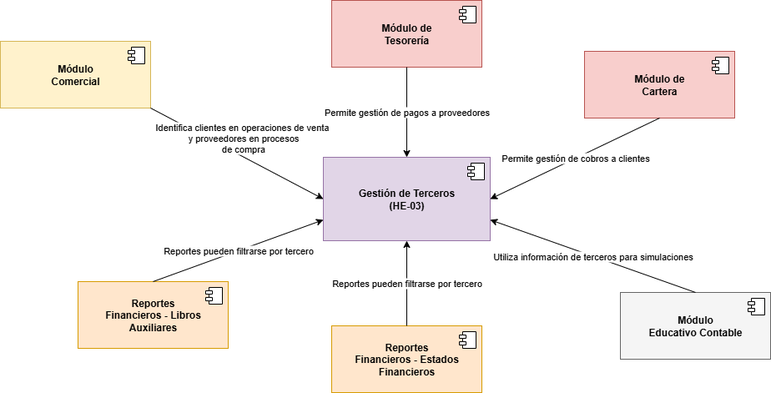
Earlier version of the draw.io export Cap3/Figuras/Diagrama General-Terceros.drawio.png (santiagonieto09/Monografia-Modulo-Configuracion). Source tidied: cells renumbered, new cells last; positions are measured from the earlier drawing's top-left corner, leaving out a move shared by most shapes. The source it was exported from:
```xml
<mxGraphModel>
  <root>
    <mxCell id="0" />
    <mxCell id="1" parent="0" />
    <mxCell id="2" value="&lt;div&gt;&lt;b&gt;Gestión de Terceros&lt;/b&gt;&lt;/div&gt;&lt;div&gt;&lt;b&gt;(HE-03)&lt;/b&gt;&lt;/div&gt;" style="html=1;whiteSpace=wrap;fillColor=#e1d5e7;strokeColor=#9673a6;" parent="1" vertex="1">
      <mxGeometry x="387" y="188" width="200" height="100" as="geometry" />
    </mxCell>
    <mxCell id="3" style="shape=module;jettyWidth=8;jettyHeight=4;" parent="2" vertex="1">
      <mxGeometry x="1" width="20" height="20" relative="1" as="geometry">
        <mxPoint x="-27" y="7" as="offset" />
      </mxGeometry>
    </mxCell>
    <mxCell id="4" value="&lt;div&gt;&lt;b&gt;Módulo&lt;/b&gt;&lt;/div&gt;&lt;div&gt;&lt;b&gt;Comercial&lt;/b&gt;&lt;/div&gt;" style="html=1;whiteSpace=wrap;fillColor=#fff2cc;strokeColor=#d6b656;" parent="1" vertex="1">
      <mxGeometry y="49" width="180" height="80" as="geometry" />
    </mxCell>
    <mxCell id="5" style="shape=module;jettyWidth=8;jettyHeight=4;" parent="4" vertex="1">
      <mxGeometry x="1" width="20" height="20" relative="1" as="geometry">
        <mxPoint x="-27" y="7" as="offset" />
      </mxGeometry>
    </mxCell>
    <mxCell id="6" value="&lt;div&gt;&lt;b&gt;Módulo de&lt;/b&gt;&lt;/div&gt;&lt;div&gt;&lt;b&gt;Tesorería&lt;/b&gt;&lt;/div&gt;" style="html=1;whiteSpace=wrap;fillColor=#f8cecc;strokeColor=#b85450;" parent="1" vertex="1">
      <mxGeometry x="397" width="180" height="80" as="geometry" />
    </mxCell>
    <mxCell id="7" style="shape=module;jettyWidth=8;jettyHeight=4;" parent="6" vertex="1">
      <mxGeometry x="1" width="20" height="20" relative="1" as="geometry">
        <mxPoint x="-27" y="7" as="offset" />
      </mxGeometry>
    </mxCell>
    <mxCell id="8" value="&lt;div&gt;&lt;b&gt;Módulo de&lt;/b&gt;&lt;/div&gt;&lt;div&gt;&lt;b&gt;Cartera&lt;/b&gt;&lt;/div&gt;" style="html=1;whiteSpace=wrap;fillColor=#f8cecc;strokeColor=#b85450;" parent="1" vertex="1">
      <mxGeometry x="700" y="61" width="180" height="80" as="geometry" />
    </mxCell>
    <mxCell id="9" style="shape=module;jettyWidth=8;jettyHeight=4;" parent="8" vertex="1">
      <mxGeometry x="1" width="20" height="20" relative="1" as="geometry">
        <mxPoint x="-27" y="7" as="offset" />
      </mxGeometry>
    </mxCell>
    <mxCell id="10" value="&lt;div&gt;&lt;b&gt;Reportes&lt;/b&gt;&lt;/div&gt;&lt;div&gt;&lt;b&gt;Financieros - Libros&lt;/b&gt;&lt;/div&gt;&lt;div&gt;&lt;b&gt;Auxiliares&lt;/b&gt;&lt;/div&gt;" style="html=1;whiteSpace=wrap;fillColor=#ffe6cc;strokeColor=#d79b00;" parent="1" vertex="1">
      <mxGeometry x="93" y="337" width="180" height="80" as="geometry" />
    </mxCell>
    <mxCell id="11" style="shape=module;jettyWidth=8;jettyHeight=4;" parent="10" vertex="1">
      <mxGeometry x="1" width="20" height="20" relative="1" as="geometry">
        <mxPoint x="-27" y="7" as="offset" />
      </mxGeometry>
    </mxCell>
    <mxCell id="12" value="&lt;div&gt;&lt;b&gt;Reportes&lt;/b&gt;&lt;/div&gt;&lt;div&gt;&lt;b&gt;Financieros - Estados&lt;/b&gt;&lt;/div&gt;&lt;div&gt;&lt;b&gt;Financieros&lt;/b&gt;&lt;/div&gt;" style="html=1;whiteSpace=wrap;fillColor=#ffe6cc;strokeColor=#d79b00;" parent="1" vertex="1">
      <mxGeometry x="397" y="390" width="180" height="80" as="geometry" />
    </mxCell>
    <mxCell id="13" style="shape=module;jettyWidth=8;jettyHeight=4;" parent="12" vertex="1">
      <mxGeometry x="1" width="20" height="20" relative="1" as="geometry">
        <mxPoint x="-27" y="7" as="offset" />
      </mxGeometry>
    </mxCell>
    <mxCell id="14" value="&lt;div&gt;&lt;b&gt;Módulo&lt;/b&gt;&lt;/div&gt;&lt;div&gt;&lt;b&gt;Educativo Contable&lt;/b&gt;&lt;/div&gt;" style="html=1;whiteSpace=wrap;fillColor=#f5f5f5;strokeColor=#666666;" parent="1" vertex="1">
      <mxGeometry x="743" y="350" width="180" height="80" as="geometry" />
    </mxCell>
    <mxCell id="15" style="shape=module;jettyWidth=8;jettyHeight=4;" parent="14" vertex="1">
      <mxGeometry x="1" width="20" height="20" relative="1" as="geometry">
        <mxPoint x="-27" y="7" as="offset" />
      </mxGeometry>
    </mxCell>
    <mxCell id="16" value="&lt;div&gt;&lt;span&gt;Identifica clientes en operaciones de venta&amp;nbsp;&lt;/span&gt;&lt;/div&gt;&lt;div&gt;&lt;span&gt;y proveedores en procesos&lt;/span&gt;&lt;/div&gt;&lt;div&gt;&lt;span&gt;de compra&lt;/span&gt;&lt;/div&gt;" style="endArrow=classic;html=1;rounded=0;exitX=1;exitY=1;exitDx=0;exitDy=0;entryX=0;entryY=0.5;entryDx=0;entryDy=0;" parent="1" edge="1" source="4" target="2">
      <mxGeometry x="-0.01" y="20" relative="1" as="geometry" />
    </mxCell>
    <mxCell id="17" value="Permite gestión de pagos a proveedores" style="endArrow=classic;html=1;rounded=0;exitX=0.5;exitY=1;exitDx=0;exitDy=0;entryX=0.5;entryY=0;entryDx=0;entryDy=0;" parent="1" edge="1" source="6" target="2">
      <mxGeometry relative="1" as="geometry" />
    </mxCell>
    <mxCell id="18" value="Permite gestión de cobros a clientes" style="endArrow=classic;html=1;rounded=0;exitX=0.5;exitY=1;exitDx=0;exitDy=0;entryX=1;entryY=0.5;entryDx=0;entryDy=0;" parent="1" edge="1" source="8" target="2">
      <mxGeometry relative="1" as="geometry" />
    </mxCell>
    <mxCell id="19" value="Reportes pueden filtrarse por tercero" style="endArrow=classic;html=1;rounded=0;exitX=0.5;exitY=0;exitDx=0;exitDy=0;entryX=0;entryY=0.75;entryDx=0;entryDy=0;" parent="1" edge="1" source="10" target="2">
      <mxGeometry relative="1" as="geometry" />
    </mxCell>
    <mxCell id="20" value="Reportes pueden filtrarse por tercero" style="endArrow=classic;html=1;rounded=0;exitX=0.5;exitY=0;exitDx=0;exitDy=0;entryX=0.5;entryY=1;entryDx=0;entryDy=0;" parent="1" edge="1" source="12" target="2">
      <mxGeometry relative="1" as="geometry" />
    </mxCell>
    <mxCell id="21" value="Utiliza información de terceros para simulaciones" style="endArrow=classic;html=1;rounded=0;exitX=0.5;exitY=0;exitDx=0;exitDy=0;entryX=1;entryY=0.75;entryDx=0;entryDy=0;" parent="1" edge="1" source="14" target="2">
      <mxGeometry relative="1" as="geometry" />
    </mxCell>
  </root>
</mxGraphModel>
```
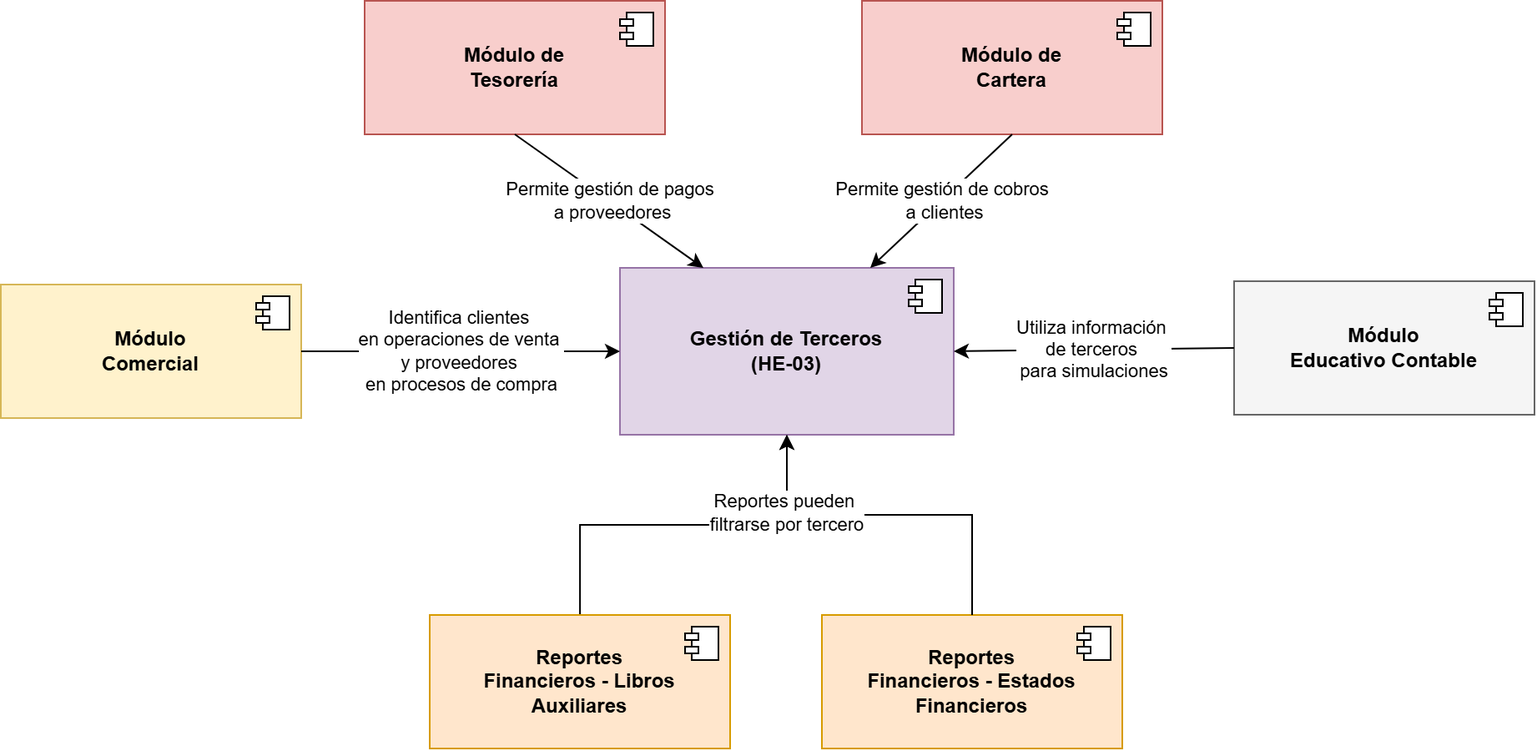
The same file after the commit.

Commit message:
refactor: Capitulo 3 - Terceros

Change to the diagram source:
```diff
@@ -11,7 +11,7 @@
       </mxGeometry>
     </mxCell>
     <mxCell id="4" value="&lt;div&gt;&lt;b&gt;Módulo&lt;/b&gt;&lt;/div&gt;&lt;div&gt;&lt;b&gt;Comercial&lt;/b&gt;&lt;/div&gt;" style="html=1;whiteSpace=wrap;fillColor=#fff2cc;strokeColor=#d6b656;" parent="1" vertex="1">
-      <mxGeometry y="49" width="180" height="80" as="geometry" />
+      <mxGeometry x="16" y="198" width="180" height="80" as="geometry" />
     </mxCell>
     <mxCell id="5" style="shape=module;jettyWidth=8;jettyHeight=4;" parent="4" vertex="1">
       <mxGeometry x="1" width="20" height="20" relative="1" as="geometry">
@@ -19,7 +19,7 @@
       </mxGeometry>
     </mxCell>
     <mxCell id="6" value="&lt;div&gt;&lt;b&gt;Módulo de&lt;/b&gt;&lt;/div&gt;&lt;div&gt;&lt;b&gt;Tesorería&lt;/b&gt;&lt;/div&gt;" style="html=1;whiteSpace=wrap;fillColor=#f8cecc;strokeColor=#b85450;" parent="1" vertex="1">
-      <mxGeometry x="397" width="180" height="80" as="geometry" />
+      <mxGeometry x="234" y="28" width="180" height="80" as="geometry" />
     </mxCell>
     <mxCell id="7" style="shape=module;jettyWidth=8;jettyHeight=4;" parent="6" vertex="1">
       <mxGeometry x="1" width="20" height="20" relative="1" as="geometry">
@@ -27,15 +27,18 @@
       </mxGeometry>
     </mxCell>
     <mxCell id="8" value="&lt;div&gt;&lt;b&gt;Módulo de&lt;/b&gt;&lt;/div&gt;&lt;div&gt;&lt;b&gt;Cartera&lt;/b&gt;&lt;/div&gt;" style="html=1;whiteSpace=wrap;fillColor=#f8cecc;strokeColor=#b85450;" parent="1" vertex="1">
-      <mxGeometry x="700" y="61" width="180" height="80" as="geometry" />
+      <mxGeometry x="532" y="28" width="180" height="80" as="geometry" />
     </mxCell>
     <mxCell id="9" style="shape=module;jettyWidth=8;jettyHeight=4;" parent="8" vertex="1">
       <mxGeometry x="1" width="20" height="20" relative="1" as="geometry">
         <mxPoint x="-27" y="7" as="offset" />
       </mxGeometry>
     </mxCell>
+    <mxCell id="19" style="edgeStyle=orthogonalEdgeStyle;rounded=0;jettySize=auto;html=1;entryX=0.5;entryY=1;entryDx=0;entryDy=0;" parent="1" edge="1" source="10" target="2">
+      <mxGeometry relative="1" as="geometry" />
+    </mxCell>
     <mxCell id="10" value="&lt;div&gt;&lt;b&gt;Reportes&lt;/b&gt;&lt;/div&gt;&lt;div&gt;&lt;b&gt;Financieros - Libros&lt;/b&gt;&lt;/div&gt;&lt;div&gt;&lt;b&gt;Auxiliares&lt;/b&gt;&lt;/div&gt;" style="html=1;whiteSpace=wrap;fillColor=#ffe6cc;strokeColor=#d79b00;" parent="1" vertex="1">
-      <mxGeometry x="93" y="337" width="180" height="80" as="geometry" />
+      <mxGeometry x="273" y="396" width="180" height="80" as="geometry" />
     </mxCell>
     <mxCell id="11" style="shape=module;jettyWidth=8;jettyHeight=4;" parent="10" vertex="1">
       <mxGeometry x="1" width="20" height="20" relative="1" as="geometry">
@@ -43,7 +46,7 @@
       </mxGeometry>
     </mxCell>
     <mxCell id="12" value="&lt;div&gt;&lt;b&gt;Reportes&lt;/b&gt;&lt;/div&gt;&lt;div&gt;&lt;b&gt;Financieros - Estados&lt;/b&gt;&lt;/div&gt;&lt;div&gt;&lt;b&gt;Financieros&lt;/b&gt;&lt;/div&gt;" style="html=1;whiteSpace=wrap;fillColor=#ffe6cc;strokeColor=#d79b00;" parent="1" vertex="1">
-      <mxGeometry x="397" y="390" width="180" height="80" as="geometry" />
+      <mxGeometry x="508" y="396" width="180" height="80" as="geometry" />
     </mxCell>
     <mxCell id="13" style="shape=module;jettyWidth=8;jettyHeight=4;" parent="12" vertex="1">
       <mxGeometry x="1" width="20" height="20" relative="1" as="geometry">
@@ -51,29 +54,30 @@
       </mxGeometry>
     </mxCell>
     <mxCell id="14" value="&lt;div&gt;&lt;b&gt;Módulo&lt;/b&gt;&lt;/div&gt;&lt;div&gt;&lt;b&gt;Educativo Contable&lt;/b&gt;&lt;/div&gt;" style="html=1;whiteSpace=wrap;fillColor=#f5f5f5;strokeColor=#666666;" parent="1" vertex="1">
-      <mxGeometry x="743" y="350" width="180" height="80" as="geometry" />
+      <mxGeometry x="755" y="196" width="180" height="80" as="geometry" />
     </mxCell>
     <mxCell id="15" style="shape=module;jettyWidth=8;jettyHeight=4;" parent="14" vertex="1">
       <mxGeometry x="1" width="20" height="20" relative="1" as="geometry">
         <mxPoint x="-27" y="7" as="offset" />
       </mxGeometry>
     </mxCell>
-    <mxCell id="16" value="&lt;div&gt;&lt;span&gt;Identifica clientes en operaciones de venta&amp;nbsp;&lt;/span&gt;&lt;/div&gt;&lt;div&gt;&lt;span&gt;y proveedores en procesos&lt;/span&gt;&lt;/div&gt;&lt;div&gt;&lt;span&gt;de compra&lt;/span&gt;&lt;/div&gt;" style="endArrow=classic;html=1;rounded=0;exitX=1;exitY=1;exitDx=0;exitDy=0;entryX=0;entryY=0.5;entryDx=0;entryDy=0;" parent="1" edge="1" source="4" target="2">
-      <mxGeometry x="-0.01" y="20" relative="1" as="geometry" />
+    <mxCell id="16" value="&lt;div&gt;&lt;span&gt;Identifica clientes&amp;nbsp;&lt;/span&gt;&lt;/div&gt;&lt;div&gt;&lt;span&gt;en operaciones&lt;/span&gt;&lt;span style=&quot;background-color: light-dark(#ffffff, var(--ge-dark-color, #121212)); color: light-dark(rgb(0, 0, 0), rgb(255, 255, 255));&quot;&gt;&amp;nbsp;de venta&amp;nbsp;&lt;/span&gt;&lt;/div&gt;&lt;div&gt;&lt;span style=&quot;color: light-dark(rgb(0, 0, 0), rgb(255, 255, 255)); background-color: light-dark(#ffffff, var(--ge-dark-color, #121212));&quot;&gt;y proveedores&amp;nbsp;&lt;/span&gt;&lt;/div&gt;&lt;div&gt;&lt;span style=&quot;background-color: light-dark(#ffffff, var(--ge-dark-color, #121212)); color: light-dark(rgb(0, 0, 0), rgb(255, 255, 255));&quot;&gt;en procesos&amp;nbsp;&lt;/span&gt;&lt;span style=&quot;background-color: light-dark(#ffffff, var(--ge-dark-color, #121212)); color: light-dark(rgb(0, 0, 0), rgb(255, 255, 255));&quot;&gt;de compra&lt;/span&gt;&lt;/div&gt;" style="endArrow=classic;html=1;rounded=0;exitX=1;exitY=0.5;exitDx=0;exitDy=0;entryX=0;entryY=0.5;entryDx=0;entryDy=0;" parent="1" edge="1" source="4" target="2">
+      <mxGeometry x="0.01" relative="1" as="geometry" />
     </mxCell>
-    <mxCell id="17" value="Permite gestión de pagos a proveedores" style="endArrow=classic;html=1;rounded=0;exitX=0.5;exitY=1;exitDx=0;exitDy=0;entryX=0.5;entryY=0;entryDx=0;entryDy=0;" parent="1" edge="1" source="6" target="2">
+    <mxCell id="17" value="Permite gestión de pagos&lt;div&gt;&amp;nbsp;a proveedores&lt;/div&gt;" style="endArrow=classic;html=1;rounded=0;exitX=0.5;exitY=1;exitDx=0;exitDy=0;entryX=0.25;entryY=0;entryDx=0;entryDy=0;" parent="1" edge="1" source="6" target="2">
       <mxGeometry relative="1" as="geometry" />
     </mxCell>
-    <mxCell id="18" value="Permite gestión de cobros a clientes" style="endArrow=classic;html=1;rounded=0;exitX=0.5;exitY=1;exitDx=0;exitDy=0;entryX=1;entryY=0.5;entryDx=0;entryDy=0;" parent="1" edge="1" source="8" target="2">
+    <mxCell id="18" value="Permite gestión de cobros&lt;div&gt;&amp;nbsp;a clientes&lt;/div&gt;" style="endArrow=classic;html=1;rounded=0;exitX=0.5;exitY=1;exitDx=0;exitDy=0;entryX=0.75;entryY=0;entryDx=0;entryDy=0;" parent="1" edge="1" source="8" target="2">
       <mxGeometry relative="1" as="geometry" />
     </mxCell>
-    <mxCell id="19" value="Reportes pueden filtrarse por tercero" style="endArrow=classic;html=1;rounded=0;exitX=0.5;exitY=0;exitDx=0;exitDy=0;entryX=0;entryY=0.75;entryDx=0;entryDy=0;" parent="1" edge="1" source="10" target="2">
-      <mxGeometry relative="1" as="geometry" />
-    </mxCell>
-    <mxCell id="20" value="Reportes pueden filtrarse por tercero" style="endArrow=classic;html=1;rounded=0;exitX=0.5;exitY=0;exitDx=0;exitDy=0;entryX=0.5;entryY=1;entryDx=0;entryDy=0;" parent="1" edge="1" source="12" target="2">
-      <mxGeometry relative="1" as="geometry" />
+    <mxCell id="20" value="Reportes pueden&amp;nbsp;&lt;div&gt;filtrarse por tercero&lt;/div&gt;" style="endArrow=classic;html=1;rounded=0;exitX=0.5;exitY=0;exitDx=0;exitDy=0;edgeStyle=elbowEdgeStyle;elbow=vertical;entryX=0.5;entryY=1;entryDx=0;entryDy=0;" parent="1" edge="1" source="12" target="2">
+      <mxGeometry x="0.57" relative="1" as="geometry">
+        <Array as="points">
+          <mxPoint x="541" y="336" />
+        </Array>
+      </mxGeometry>
     </mxCell>
-    <mxCell id="21" value="Utiliza información de terceros para simulaciones" style="endArrow=classic;html=1;rounded=0;exitX=0.5;exitY=0;exitDx=0;exitDy=0;entryX=1;entryY=0.75;entryDx=0;entryDy=0;" parent="1" edge="1" source="14" target="2">
+    <mxCell id="21" value="Utiliza información&amp;nbsp;&lt;div&gt;de&lt;span style=&quot;background-color: light-dark(#ffffff, var(--ge-dark-color, #121212)); color: light-dark(rgb(0, 0, 0), rgb(255, 255, 255));&quot;&gt;&amp;nbsp;terceros&amp;nbsp;&lt;/span&gt;&lt;/div&gt;&lt;div&gt;&lt;span style=&quot;background-color: light-dark(#ffffff, var(--ge-dark-color, #121212)); color: light-dark(rgb(0, 0, 0), rgb(255, 255, 255));&quot;&gt;para simulaciones&lt;/span&gt;&lt;/div&gt;" style="endArrow=classic;html=1;rounded=0;exitX=0;exitY=0.5;exitDx=0;exitDy=0;entryX=1;entryY=0.5;entryDx=0;entryDy=0;" parent="1" edge="1" source="14" target="2">
       <mxGeometry relative="1" as="geometry" />
     </mxCell>
   </root>
```
